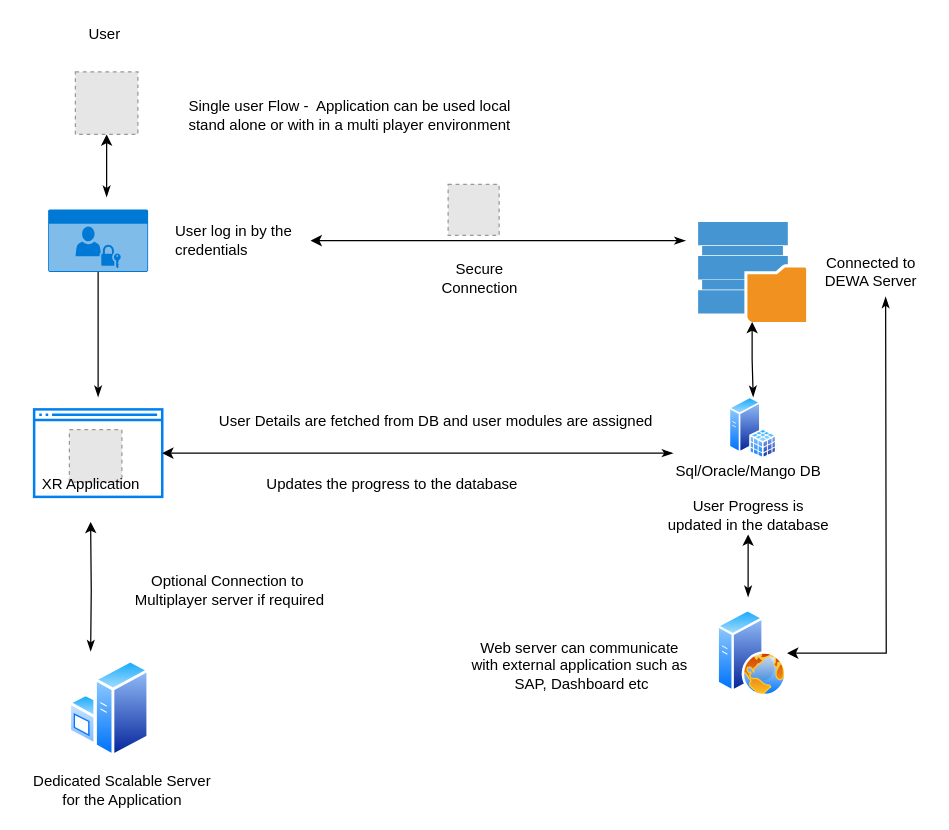
This is page "user_flow" (11 of 11) of dewa_acrh.drawio from kpradp/Charts, a draw.io file, before an edit. Source tidied: cells renumbered, new cells numbered last; positions are measured from the earlier drawing's top-left corner, leaving out a move shared by most shapes. Both pictures are drawn from the tidied source at 125%, with x=0, y=0 at pixel (21, 21). Pictures stored in the file or linked from it are replaced by grey dashed boxes.
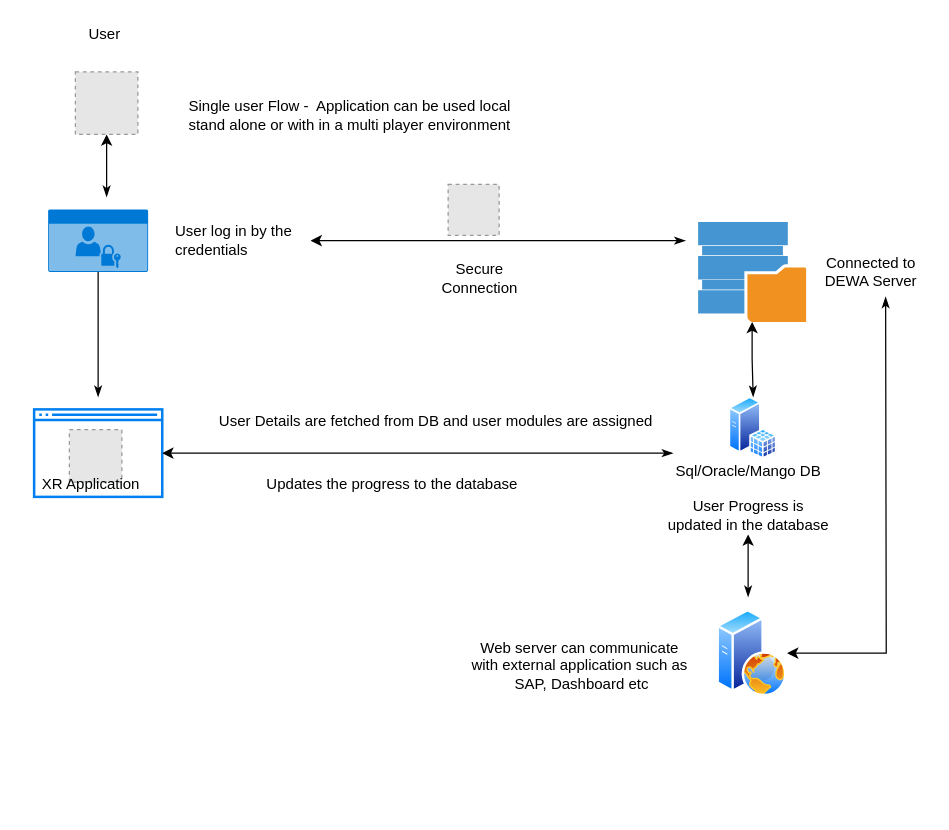
Above is the later version.

Change to the diagram source:
```diff
@@
-    <mxCell id="22" style="perimeter=ellipsePerimeter;html=1;align=center;shadow=0;dashed=0;spacingTop=3;image;image=img/lib/active_directory/windows_server.svg;" parent="1" vertex="1">
-      <mxGeometry x="37.6" y="510" width="64.8" height="79" as="geometry" />
-    </mxCell>
-    <mxCell id="23" value="Dedicated Scalable Server&lt;br&gt;for the Application" style="text;html=1;align=center;verticalAlign=middle;strokeColor=none;fillColor=none;" parent="1" vertex="1">
-      <mxGeometry x="-0.2" y="600" width="160" height="30" as="geometry" />
-    </mxCell>
@@
-    <mxCell id="26" style="edgeStyle=orthogonalEdgeStyle;rounded=0;jettySize=auto;html=1;entryX=0.269;entryY=-0.082;entryDx=0;entryDy=0;startArrow=classic;startFill=1;endArrow=classicThin;endFill=1;entryPerimeter=0;" parent="1" edge="1" target="22">
-      <mxGeometry relative="1" as="geometry">
-        <mxPoint x="55" y="400" as="sourcePoint" />
-      </mxGeometry>
-    </mxCell>
-    <mxCell id="27" value="Optional Connection to&amp;nbsp;&lt;br&gt;Multiplayer server if required" style="text;html=1;align=center;verticalAlign=middle;strokeColor=none;fillColor=none;" parent="1" vertex="1">
-      <mxGeometry x="81" y="440" width="170" height="30" as="geometry" />
-    </mxCell>
```
